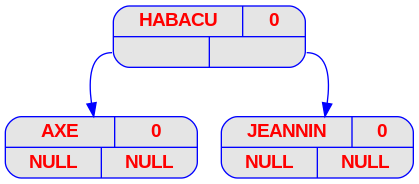
Above: ex1/img/png/prenoms_v02.png in danilorodrigues128/FilRougeAAP (Graphviz), before the change. Its source is kept beside it as ex1/img/dot/prenoms_v02.dot. Source of this version:
```dot
digraph prenoms {
	node [
		fontname  = "Arial bold"
		fontsize  = "14"
		fontcolor = "red"
		style     = "rounded, filled"
		shape     = "record"
		fillcolor = "grey90"
		color     = "blue"
		width     = "2"
	]

	edge [
		color     = "blue"
	]

	HABACU [label = "{{<c> HABACU | <b> 0} | { <g> | <d>}}"];
	HABACU:g -> AXE;
	AXE [label = "{{<c> AXE | <b> 0} | { <g> | <d>}}"];
	AXE [label = "{{<c> AXE | <b> 0} | { <g> NULL | <d> NULL}}"];
	HABACU:d -> JEANNIN;
	JEANNIN [label = "{{<c> JEANNIN | <b> 0} | { <g> | <d>}}"];
	JEANNIN [label = "{{<c> JEANNIN | <b> 0} | { <g> NULL | <d> NULL}}"];
}
```
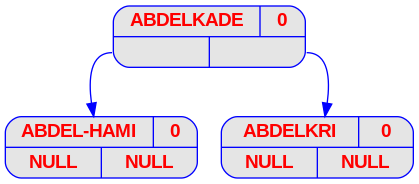
After the change.

The edit, as a diff of the source:
```diff
@@ -14,11 +14,11 @@
 		color     = "blue"
 	]
 
-	HABACU [label = "{{<c> HABACU | <b> 0} | { <g> | <d>}}"];
-	HABACU:g -> AXE;
-	AXE [label = "{{<c> AXE | <b> 0} | { <g> | <d>}}"];
-	AXE [label = "{{<c> AXE | <b> 0} | { <g> NULL | <d> NULL}}"];
-	HABACU:d -> JEANNIN;
-	JEANNIN [label = "{{<c> JEANNIN | <b> 0} | { <g> | <d>}}"];
-	JEANNIN [label = "{{<c> JEANNIN | <b> 0} | { <g> NULL | <d> NULL}}"];
+	"ABDELKADE" [label = "{{<c> ABDELKADE | <b> 0} | { <g> | <d>}}"];
+	"ABDELKADE":g -> "ABDEL-HAMI";
+	"ABDEL-HAMI" [label = "{{<c> ABDEL-HAMI | <b> 0} | { <g> | <d>}}"];
+	"ABDEL-HAMI" [label = "{{<c> ABDEL-HAMI | <b> 0} | { <g> NULL | <d> NULL}}"];
+	"ABDELKADE":d -> "ABDELKRI";
+	"ABDELKRI" [label = "{{<c> ABDELKRI | <b> 0} | { <g> | <d>}}"];
+	"ABDELKRI" [label = "{{<c> ABDELKRI | <b> 0} | { <g> NULL | <d> NULL}}"];
 }
```
